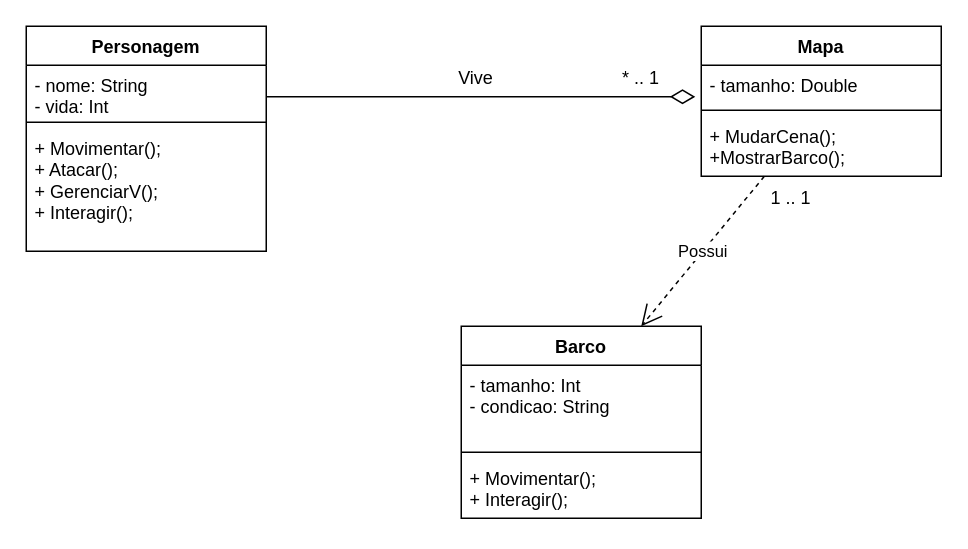
Earlier version of the draw.io diagram Diagrama de Classes.drawio (yuritelis/atvmusicalp). Source tidied: cells renumbered, new cells numbered last; positions are measured from the earlier drawing's top-left corner, leaving out a move shared by most shapes. Both pictures are drawn from the tidied source at 150%, with x=0, y=0 at pixel (26, 26).
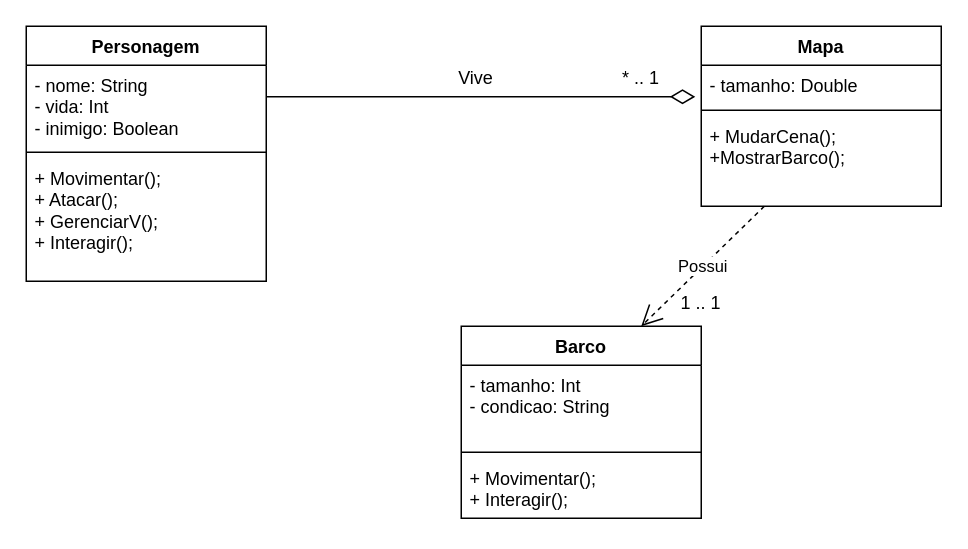
The same page after the edit.

The edit, as a diff of the source:
```diff
@@
 <mxGraphModel>
   <root>
     <mxCell id="0" />
     <mxCell id="1" parent="0" />
     <mxCell id="2" value="Personagem" style="swimlane;fontStyle=1;align=center;verticalAlign=top;horizontal=1;startSize=26;whiteSpace=wrap;html=1;" parent="1" vertex="1">
-      <mxGeometry width="160" height="150" as="geometry" />
+      <mxGeometry width="160" height="170" as="geometry" />
     </mxCell>
-    <mxCell id="3" value="- nome: String&lt;br&gt;- vida: Int" style="text;strokeColor=none;fillColor=none;align=left;verticalAlign=top;spacingLeft=4;spacingRight=4;overflow=hidden;whiteSpace=wrap;html=1;" parent="2" vertex="1">
-      <mxGeometry y="26" width="160" height="34" as="geometry" />
+    <mxCell id="3" value="- nome: String&lt;br&gt;- vida: Int&lt;br&gt;- inimigo: Boolean" style="text;strokeColor=none;fillColor=none;align=left;verticalAlign=top;spacingLeft=4;spacingRight=4;overflow=hidden;whiteSpace=wrap;html=1;" parent="2" vertex="1">
+      <mxGeometry y="26" width="160" height="54" as="geometry" />
     </mxCell>
     <mxCell id="4" style="line;strokeWidth=1;fillColor=none;align=left;verticalAlign=middle;spacingTop=-1;spacingLeft=3;spacingRight=3;labelPosition=right;strokeColor=inherit;" parent="2" vertex="1">
-      <mxGeometry y="60" width="160" height="8" as="geometry" />
+      <mxGeometry y="80" width="160" height="8" as="geometry" />
     </mxCell>
     <mxCell id="5" value="+ Movimentar();&lt;br&gt;+ Atacar();&lt;br&gt;+ GerenciarV();&lt;br&gt;+ Interagir();" style="text;strokeColor=none;fillColor=none;align=left;verticalAlign=top;spacingLeft=4;spacingRight=4;overflow=hidden;whiteSpace=wrap;html=1;" parent="2" vertex="1">
-      <mxGeometry y="68" width="160" height="82" as="geometry" />
+      <mxGeometry y="88" width="160" height="82" as="geometry" />
     </mxCell>
     <mxCell id="6" value="Mapa" style="swimlane;fontStyle=1;align=center;verticalAlign=top;horizontal=1;startSize=26;whiteSpace=wrap;html=1;" parent="1" vertex="1">
-      <mxGeometry x="450" width="160" height="100" as="geometry" />
+      <mxGeometry x="450" width="160" height="120" as="geometry" />
     </mxCell>
     <mxCell id="7" value="- tamanho: Double" style="text;strokeColor=none;fillColor=none;align=left;verticalAlign=top;spacingLeft=4;spacingRight=4;overflow=hidden;points=[[0,0.5],[1,0.5]];portConstraint=eastwest;whiteSpace=wrap;html=1;" parent="6" vertex="1">
       <mxGeometry y="26" width="160" height="26" as="geometry" />
     </mxCell>
     <mxCell id="8" style="line;strokeWidth=1;fillColor=none;align=left;verticalAlign=middle;spacingTop=-1;spacingLeft=3;spacingRight=3;labelPosition=right;strokeColor=inherit;" parent="6" vertex="1">
       <mxGeometry y="52" width="160" height="8" as="geometry" />
     </mxCell>
     <mxCell id="9" value="+ MudarCena();&lt;br&gt;+MostrarBarco();" style="text;strokeColor=none;fillColor=none;align=left;verticalAlign=top;spacingLeft=4;spacingRight=4;overflow=hidden;points=[[0,0.5],[1,0.5]];portConstraint=eastwest;whiteSpace=wrap;html=1;" parent="6" vertex="1">
-      <mxGeometry y="60" width="160" height="40" as="geometry" />
+      <mxGeometry y="60" width="160" height="60" as="geometry" />
     </mxCell>
     <mxCell id="10" value="Barco" style="swimlane;fontStyle=1;align=center;verticalAlign=top;horizontal=1;startSize=26;whiteSpace=wrap;html=1;" parent="1" vertex="1">
       <mxGeometry x="290" y="200" width="160" height="128" as="geometry" />
     </mxCell>
     <mxCell id="11" value="- tamanho: Int&lt;br&gt;- condicao: String" style="text;strokeColor=none;fillColor=none;align=left;verticalAlign=top;spacingLeft=4;spacingRight=4;overflow=hidden;whiteSpace=wrap;html=1;" parent="10" vertex="1">
       <mxGeometry y="26" width="160" height="54" as="geometry" />
     </mxCell>
     <mxCell id="12" style="line;strokeWidth=1;fillColor=none;align=left;verticalAlign=middle;spacingTop=-1;spacingLeft=3;spacingRight=3;labelPosition=right;strokeColor=inherit;" parent="10" vertex="1">
       <mxGeometry y="80" width="160" height="8" as="geometry" />
     </mxCell>
     <mxCell id="13" value="+ Movimentar();&lt;br&gt;+ Interagir();" style="text;strokeColor=none;fillColor=none;align=left;verticalAlign=top;spacingLeft=4;spacingRight=4;overflow=hidden;whiteSpace=wrap;html=1;" parent="10" vertex="1">
       <mxGeometry y="88" width="160" height="40" as="geometry" />
     </mxCell>
     <mxCell id="14" value="Possui" style="endArrow=open;endSize=12;dashed=1;html=1;rounded=0;entryX=0.75;entryY=0;entryDx=0;entryDy=0;exitX=0.263;exitY=1;exitDx=0;exitDy=0;exitPerimeter=0;" parent="1" edge="1" source="9" target="10">
       <mxGeometry relative="1" as="geometry" />
     </mxCell>
     <mxCell id="15" style="endArrow=none;html=1;endSize=12;startArrow=diamondThin;startSize=14;startFill=0;edgeStyle=orthogonalEdgeStyle;align=left;verticalAlign=bottom;rounded=0;endFill=0;exitX=-0.025;exitY=0.808;exitDx=0;exitDy=0;exitPerimeter=0;" parent="1" edge="1" source="7">
       <mxGeometry x="-1" y="3" relative="1" as="geometry">
         <mxPoint x="160" y="47" as="targetPoint" />
       </mxGeometry>
     </mxCell>
     <mxCell id="16" value="Vive" style="text;html=1;strokeColor=none;fillColor=none;align=center;verticalAlign=middle;whiteSpace=wrap;rounded=0;" parent="1" vertex="1">
       <mxGeometry x="270" y="20" width="60" height="30" as="geometry" />
     </mxCell>
     <mxCell id="17" value="* .. 1" style="text;html=1;strokeColor=none;fillColor=none;align=center;verticalAlign=middle;whiteSpace=wrap;rounded=0;" parent="1" vertex="1">
       <mxGeometry x="380" y="20" width="60" height="30" as="geometry" />
     </mxCell>
     <mxCell id="18" value="1 .. 1" style="text;html=1;strokeColor=none;fillColor=none;align=center;verticalAlign=middle;whiteSpace=wrap;rounded=0;" parent="1" vertex="1">
-      <mxGeometry x="480" y="100" width="60" height="30" as="geometry" />
+      <mxGeometry x="420" y="170" width="60" height="30" as="geometry" />
     </mxCell>
   </root>
 </mxGraphModel>
```
